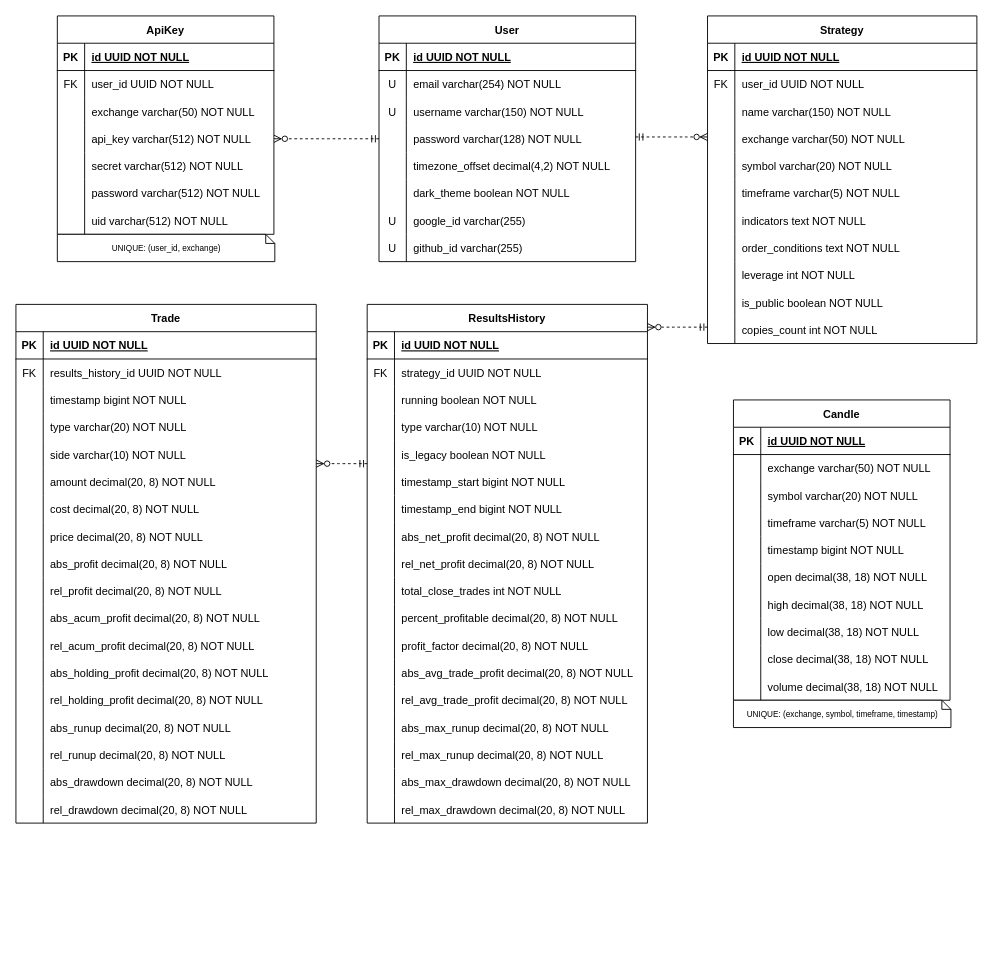
Before: docs/ERD.drawio in pgr866/Stratify, a draw.io diagram. Source tidied: cells renumbered, new cells numbered last; positions are measured from the earlier drawing's top-left corner, leaving out a move shared by most shapes. Both pictures are drawn from the tidied source at 91%, with x=0, y=0 at pixel (15, 15).
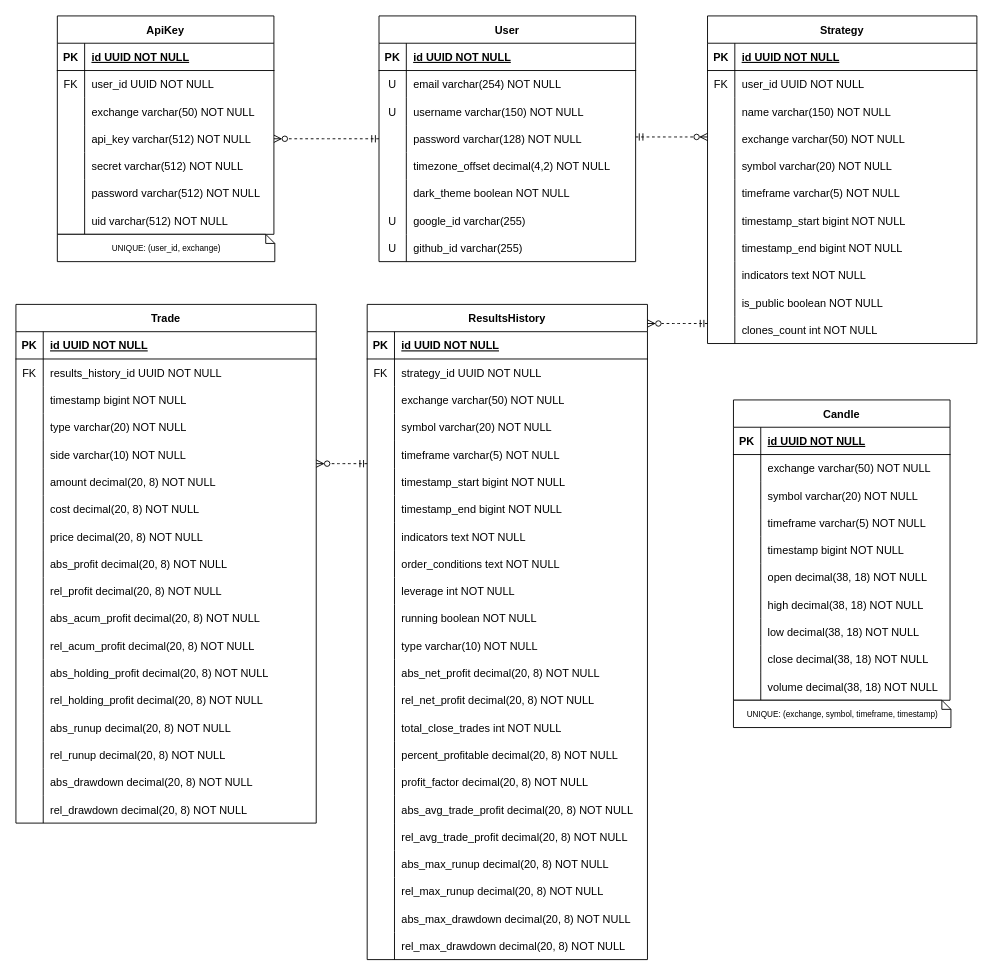
Above is the later version.

The change refers to these unchanged cells:
```xml
<mxCell id="3" value="Strategy" style="shape=table;startSize=30;childLayout=tableLayout;rowLines=0;fontStyle=1;align=center;" parent="1" vertex="1">
  <mxGeometry x="760" width="296" height="360" as="geometry" />
</mxCell>
<mxCell id="34" style="shape=partialRectangle;fillColor=none;top=0;left=0;right=0;bottom=0;" parent="3" vertex="1">
  <mxGeometry y="330" width="296" height="30" as="geometry" />
</mxCell>
```

Change to the diagram source:
```diff
@@
+    <mxCell id="230" style="shape=partialRectangle;fillColor=none;top=0;left=0;right=0;bottom=0;" parent="3" vertex="1">
+      <mxGeometry y="210" width="296" height="30" as="geometry" />
+    </mxCell>
+    <mxCell id="231" style="shape=partialRectangle;overflow=hidden;fillColor=none;top=0;left=0;bottom=0;right=0;" parent="230" vertex="1">
+      <mxGeometry width="30" height="30" as="geometry" />
+    </mxCell>
+    <mxCell id="232" value="timestamp_start bigint NOT NULL" style="shape=partialRectangle;overflow=hidden;fillColor=none;top=0;left=0;bottom=0;right=0;align=left;spacingLeft=6;" parent="230" vertex="1">
+      <mxGeometry x="30" width="266" height="30" as="geometry" />
+    </mxCell>
+    <mxCell id="25" style="shape=partialRectangle;fillColor=none;top=0;left=0;right=0;bottom=0;" parent="3" vertex="1">
+      <mxGeometry y="240" width="296" height="30" as="geometry" />
+    </mxCell>
+    <mxCell id="233" style="shape=partialRectangle;overflow=hidden;fillColor=none;top=0;left=0;bottom=0;right=0;" parent="25" vertex="1">
+      <mxGeometry width="30" height="30" as="geometry" />
+    </mxCell>
+    <mxCell id="234" value="timestamp_end bigint NOT NULL" style="shape=partialRectangle;overflow=hidden;fillColor=none;top=0;left=0;bottom=0;right=0;align=left;spacingLeft=6;" parent="25" vertex="1">
+      <mxGeometry x="30" width="266" height="30" as="geometry" />
+    </mxCell>
     <mxCell id="22" style="shape=partialRectangle;fillColor=none;top=0;left=0;right=0;bottom=0;" parent="3" vertex="1">
-      <mxGeometry y="210" width="296" height="30" as="geometry" />
+      <mxGeometry y="270" width="296" height="30" as="geometry" />
     </mxCell>
@@
-    <mxCell id="25" style="shape=partialRectangle;fillColor=none;top=0;left=0;right=0;bottom=0;" parent="3" vertex="1">
-      <mxGeometry y="240" width="296" height="30" as="geometry" />
-    </mxCell>
-    <mxCell id="26" style="shape=partialRectangle;overflow=hidden;fillColor=none;top=0;left=0;bottom=0;right=0;" parent="25" vertex="1">
-      <mxGeometry width="30" height="30" as="geometry" />
-    </mxCell>
-    <mxCell id="27" value="order_conditions text NOT NULL" style="shape=partialRectangle;overflow=hidden;fillColor=none;top=0;left=0;bottom=0;right=0;align=left;spacingLeft=6;" parent="25" vertex="1">
-      <mxGeometry x="30" width="266" height="30" as="geometry" />
-    </mxCell>
-    <mxCell id="28" style="shape=partialRectangle;fillColor=none;top=0;left=0;right=0;bottom=0;" parent="3" vertex="1">
-      <mxGeometry y="270" width="296" height="30" as="geometry" />
-    </mxCell>
-    <mxCell id="29" style="shape=partialRectangle;overflow=hidden;fillColor=none;top=0;left=0;bottom=0;right=0;" parent="28" vertex="1">
-      <mxGeometry width="30" height="30" as="geometry" />
-    </mxCell>
-    <mxCell id="30" value="leverage int NOT NULL" style="shape=partialRectangle;overflow=hidden;fillColor=none;top=0;left=0;bottom=0;right=0;align=left;spacingLeft=6;" parent="28" vertex="1">
-      <mxGeometry x="30" width="266" height="30" as="geometry" />
-    </mxCell>
@@
-    <mxCell id="36" value="copies_count int NOT NULL" style="shape=partialRectangle;overflow=hidden;fillColor=none;top=0;left=0;bottom=0;right=0;align=left;spacingLeft=6;" parent="34" vertex="1">
+    <mxCell id="36" value="clones_count int NOT NULL" style="shape=partialRectangle;overflow=hidden;fillColor=none;top=0;left=0;bottom=0;right=0;align=left;spacingLeft=6;" parent="34" vertex="1">
       <mxGeometry x="30" width="266" height="30" as="geometry" />
     </mxCell>
@@
     <mxCell id="116" value="ResultsHistory" style="shape=table;startSize=30;childLayout=tableLayout;rowLines=0;fontStyle=1;align=center;" parent="1" vertex="1">
-      <mxGeometry x="386" y="317" width="308" height="570" as="geometry" />
+      <mxGeometry x="386" y="317" width="308" height="720" as="geometry" />
     </mxCell>
@@
+    <mxCell id="131" style="shape=partialRectangle;fillColor=none;top=0;left=0;right=0;bottom=0;" parent="116" vertex="1">
+      <mxGeometry y="90" width="308" height="30" as="geometry" />
+    </mxCell>
+    <mxCell id="235" style="shape=partialRectangle;overflow=hidden;fillColor=none;top=0;left=0;bottom=0;right=0;" parent="131" vertex="1">
+      <mxGeometry width="30" height="30" as="geometry" />
+    </mxCell>
+    <mxCell id="236" value="exchange varchar(50) NOT NULL" style="shape=partialRectangle;overflow=hidden;fillColor=none;top=0;left=0;bottom=0;right=0;align=left;spacingLeft=6;" parent="131" vertex="1">
+      <mxGeometry x="30" width="278" height="30" as="geometry" />
+    </mxCell>
+    <mxCell id="237" style="shape=partialRectangle;fillColor=none;top=0;left=0;right=0;bottom=0;" parent="116" vertex="1">
+      <mxGeometry y="120" width="308" height="30" as="geometry" />
+    </mxCell>
+    <mxCell id="238" style="shape=partialRectangle;overflow=hidden;fillColor=none;top=0;left=0;bottom=0;right=0;" parent="237" vertex="1">
+      <mxGeometry width="30" height="30" as="geometry" />
+    </mxCell>
+    <mxCell id="239" value="symbol varchar(20) NOT NULL" style="shape=partialRectangle;overflow=hidden;fillColor=none;top=0;left=0;bottom=0;right=0;align=left;spacingLeft=6;" parent="237" vertex="1">
+      <mxGeometry x="30" width="278" height="30" as="geometry" />
+    </mxCell>
+    <mxCell id="129" style="shape=partialRectangle;fillColor=none;top=0;left=0;right=0;bottom=0;" parent="116" vertex="1">
+      <mxGeometry y="150" width="308" height="30" as="geometry" />
+    </mxCell>
+    <mxCell id="240" style="shape=partialRectangle;overflow=hidden;fillColor=none;top=0;left=0;bottom=0;right=0;" parent="129" vertex="1">
+      <mxGeometry width="30" height="30" as="geometry" />
+    </mxCell>
+    <mxCell id="241" value="timeframe varchar(5) NOT NULL" style="shape=partialRectangle;overflow=hidden;fillColor=none;top=0;left=0;bottom=0;right=0;align=left;spacingLeft=6;" parent="129" vertex="1">
+      <mxGeometry x="30" width="278" height="30" as="geometry" />
+    </mxCell>
+    <mxCell id="132" style="shape=partialRectangle;fillColor=none;top=0;left=0;right=0;bottom=0;" parent="116" vertex="1">
+      <mxGeometry y="180" width="308" height="30" as="geometry" />
+    </mxCell>
+    <mxCell id="133" style="shape=partialRectangle;overflow=hidden;fillColor=none;top=0;left=0;bottom=0;right=0;" parent="132" vertex="1">
+      <mxGeometry width="30" height="30" as="geometry" />
+    </mxCell>
+    <mxCell id="134" value="timestamp_start bigint NOT NULL" style="shape=partialRectangle;overflow=hidden;fillColor=none;top=0;left=0;bottom=0;right=0;align=left;spacingLeft=6;" parent="132" vertex="1">
+      <mxGeometry x="30" width="278" height="30" as="geometry" />
+    </mxCell>
+    <mxCell id="135" style="shape=partialRectangle;fillColor=none;top=0;left=0;right=0;bottom=0;" parent="116" vertex="1">
+      <mxGeometry y="210" width="308" height="30" as="geometry" />
+    </mxCell>
+    <mxCell id="136" style="shape=partialRectangle;overflow=hidden;fillColor=none;top=0;left=0;bottom=0;right=0;" parent="135" vertex="1">
+      <mxGeometry width="30" height="30" as="geometry" />
+    </mxCell>
+    <mxCell id="137" value="timestamp_end bigint NOT NULL" style="shape=partialRectangle;overflow=hidden;fillColor=none;top=0;left=0;bottom=0;right=0;align=left;spacingLeft=6;" parent="135" vertex="1">
+      <mxGeometry x="30" width="278" height="30" as="geometry" />
+    </mxCell>
+    <mxCell id="242" style="shape=partialRectangle;fillColor=none;top=0;left=0;right=0;bottom=0;" parent="116" vertex="1">
+      <mxGeometry y="240" width="308" height="30" as="geometry" />
+    </mxCell>
+    <mxCell id="243" style="shape=partialRectangle;overflow=hidden;fillColor=none;top=0;left=0;bottom=0;right=0;" parent="242" vertex="1">
+      <mxGeometry width="30" height="30" as="geometry" />
+    </mxCell>
+    <mxCell id="244" value="indicators text NOT NULL" style="shape=partialRectangle;overflow=hidden;fillColor=none;top=0;left=0;bottom=0;right=0;align=left;spacingLeft=6;" parent="242" vertex="1">
+      <mxGeometry x="30" width="278" height="30" as="geometry" />
+    </mxCell>
+    <mxCell id="245" style="shape=partialRectangle;fillColor=none;top=0;left=0;right=0;bottom=0;" parent="116" vertex="1">
+      <mxGeometry y="270" width="308" height="30" as="geometry" />
+    </mxCell>
+    <mxCell id="246" style="shape=partialRectangle;overflow=hidden;fillColor=none;top=0;left=0;bottom=0;right=0;" parent="245" vertex="1">
+      <mxGeometry width="30" height="30" as="geometry" />
+    </mxCell>
+    <mxCell id="27" value="order_conditions text NOT NULL" style="shape=partialRectangle;overflow=hidden;fillColor=none;top=0;left=0;bottom=0;right=0;align=left;spacingLeft=6;" parent="245" vertex="1">
+      <mxGeometry x="30" width="278" height="30" as="geometry" />
+    </mxCell>
+    <mxCell id="247" style="shape=partialRectangle;fillColor=none;top=0;left=0;right=0;bottom=0;" parent="116" vertex="1">
+      <mxGeometry y="300" width="308" height="30" as="geometry" />
+    </mxCell>
+    <mxCell id="248" style="shape=partialRectangle;overflow=hidden;fillColor=none;top=0;left=0;bottom=0;right=0;" parent="247" vertex="1">
+      <mxGeometry width="30" height="30" as="geometry" />
+    </mxCell>
+    <mxCell id="30" value="leverage int NOT NULL" style="shape=partialRectangle;overflow=hidden;fillColor=none;top=0;left=0;bottom=0;right=0;align=left;spacingLeft=6;" parent="247" vertex="1">
+      <mxGeometry x="30" width="278" height="30" as="geometry" />
+    </mxCell>
     <mxCell id="123" style="shape=partialRectangle;fillColor=none;top=0;left=0;right=0;bottom=0;" parent="116" vertex="1">
-      <mxGeometry y="90" width="308" height="30" as="geometry" />
+      <mxGeometry y="330" width="308" height="30" as="geometry" />
     </mxCell>
@@
     <mxCell id="126" style="shape=partialRectangle;fillColor=none;top=0;left=0;right=0;bottom=0;" parent="116" vertex="1">
-      <mxGeometry y="120" width="308" height="30" as="geometry" />
+      <mxGeometry y="360" width="308" height="30" as="geometry" />
     </mxCell>
@@
-    <mxCell id="129" style="shape=partialRectangle;fillColor=none;top=0;left=0;right=0;bottom=0;" parent="116" vertex="1">
-      <mxGeometry y="150" width="308" height="30" as="geometry" />
-    </mxCell>
-    <mxCell id="130" style="shape=partialRectangle;overflow=hidden;fillColor=none;top=0;left=0;bottom=0;right=0;" parent="129" vertex="1">
-      <mxGeometry width="30" height="30" as="geometry" />
-    </mxCell>
-    <mxCell id="131" value="is_legacy boolean NOT NULL" style="shape=partialRectangle;overflow=hidden;fillColor=none;top=0;left=0;bottom=0;right=0;align=left;spacingLeft=6;" parent="129" vertex="1">
-      <mxGeometry x="30" width="278" height="30" as="geometry" />
-    </mxCell>
-    <mxCell id="132" style="shape=partialRectangle;fillColor=none;top=0;left=0;right=0;bottom=0;" parent="116" vertex="1">
-      <mxGeometry y="180" width="308" height="30" as="geometry" />
-    </mxCell>
-    <mxCell id="133" style="shape=partialRectangle;overflow=hidden;fillColor=none;top=0;left=0;bottom=0;right=0;" parent="132" vertex="1">
-      <mxGeometry width="30" height="30" as="geometry" />
-    </mxCell>
-    <mxCell id="134" value="timestamp_start bigint NOT NULL" style="shape=partialRectangle;overflow=hidden;fillColor=none;top=0;left=0;bottom=0;right=0;align=left;spacingLeft=6;" parent="132" vertex="1">
-      <mxGeometry x="30" width="278" height="30" as="geometry" />
-    </mxCell>
-    <mxCell id="135" style="shape=partialRectangle;fillColor=none;top=0;left=0;right=0;bottom=0;" parent="116" vertex="1">
-      <mxGeometry y="210" width="308" height="30" as="geometry" />
-    </mxCell>
-    <mxCell id="136" style="shape=partialRectangle;overflow=hidden;fillColor=none;top=0;left=0;bottom=0;right=0;" parent="135" vertex="1">
-      <mxGeometry width="30" height="30" as="geometry" />
-    </mxCell>
-    <mxCell id="137" value="timestamp_end bigint NOT NULL" style="shape=partialRectangle;overflow=hidden;fillColor=none;top=0;left=0;bottom=0;right=0;align=left;spacingLeft=6;" parent="135" vertex="1">
-      <mxGeometry x="30" width="278" height="30" as="geometry" />
-    </mxCell>
     <mxCell id="138" style="shape=partialRectangle;fillColor=none;top=0;left=0;right=0;bottom=0;" parent="116" vertex="1">
-      <mxGeometry y="240" width="308" height="30" as="geometry" />
+      <mxGeometry y="390" width="308" height="30" as="geometry" />
     </mxCell>
@@
     <mxCell id="141" style="shape=partialRectangle;fillColor=none;top=0;left=0;right=0;bottom=0;" parent="116" vertex="1">
-      <mxGeometry y="270" width="308" height="30" as="geometry" />
+      <mxGeometry y="420" width="308" height="30" as="geometry" />
     </mxCell>
@@
     <mxCell id="144" style="shape=partialRectangle;fillColor=none;top=0;left=0;right=0;bottom=0;" parent="116" vertex="1">
-      <mxGeometry y="300" width="308" height="30" as="geometry" />
+      <mxGeometry y="450" width="308" height="30" as="geometry" />
     </mxCell>
@@
     <mxCell id="147" style="shape=partialRectangle;fillColor=none;top=0;left=0;right=0;bottom=0;" parent="116" vertex="1">
-      <mxGeometry y="330" width="308" height="30" as="geometry" />
+      <mxGeometry y="480" width="308" height="30" as="geometry" />
     </mxCell>
@@
     <mxCell id="150" style="shape=partialRectangle;fillColor=none;top=0;left=0;right=0;bottom=0;" parent="116" vertex="1">
-      <mxGeometry y="360" width="308" height="30" as="geometry" />
+      <mxGeometry y="510" width="308" height="30" as="geometry" />
     </mxCell>
@@
     <mxCell id="153" style="shape=partialRectangle;fillColor=none;top=0;left=0;right=0;bottom=0;" parent="116" vertex="1">
-      <mxGeometry y="390" width="308" height="30" as="geometry" />
+      <mxGeometry y="540" width="308" height="30" as="geometry" />
     </mxCell>
@@
     <mxCell id="156" style="shape=partialRectangle;fillColor=none;top=0;left=0;right=0;bottom=0;" parent="116" vertex="1">
-      <mxGeometry y="420" width="308" height="30" as="geometry" />
+      <mxGeometry y="570" width="308" height="30" as="geometry" />
     </mxCell>
@@
     <mxCell id="159" style="shape=partialRectangle;fillColor=none;top=0;left=0;right=0;bottom=0;" parent="116" vertex="1">
-      <mxGeometry y="450" width="308" height="30" as="geometry" />
+      <mxGeometry y="600" width="308" height="30" as="geometry" />
     </mxCell>
@@
     <mxCell id="162" style="shape=partialRectangle;fillColor=none;top=0;left=0;right=0;bottom=0;" parent="116" vertex="1">
-      <mxGeometry y="480" width="308" height="30" as="geometry" />
+      <mxGeometry y="630" width="308" height="30" as="geometry" />
     </mxCell>
@@
     <mxCell id="165" style="shape=partialRectangle;fillColor=none;top=0;left=0;right=0;bottom=0;" parent="116" vertex="1">
-      <mxGeometry y="510" width="308" height="30" as="geometry" />
+      <mxGeometry y="660" width="308" height="30" as="geometry" />
     </mxCell>
@@
     <mxCell id="168" style="shape=partialRectangle;fillColor=none;top=0;left=0;right=0;bottom=0;" parent="116" vertex="1">
-      <mxGeometry y="540" width="308" height="30" as="geometry" />
+      <mxGeometry y="690" width="308" height="30" as="geometry" />
     </mxCell>
@@
     <mxCell id="171" style="endArrow=ERzeroToMany;startArrow=ERmandOne;endFill=0;startFill=0;edgeStyle=orthogonalEdgeStyle;dashed=1;" parent="1" edge="1" source="3" target="116">
       <mxGeometry relative="1" as="geometry">
         <Array as="points">
-          <mxPoint x="728" y="342" />
-          <mxPoint x="728" y="342" />
+          <mxPoint x="728" y="338" />
+          <mxPoint x="728" y="338" />
         </Array>
       </mxGeometry>
     </mxCell>
```
